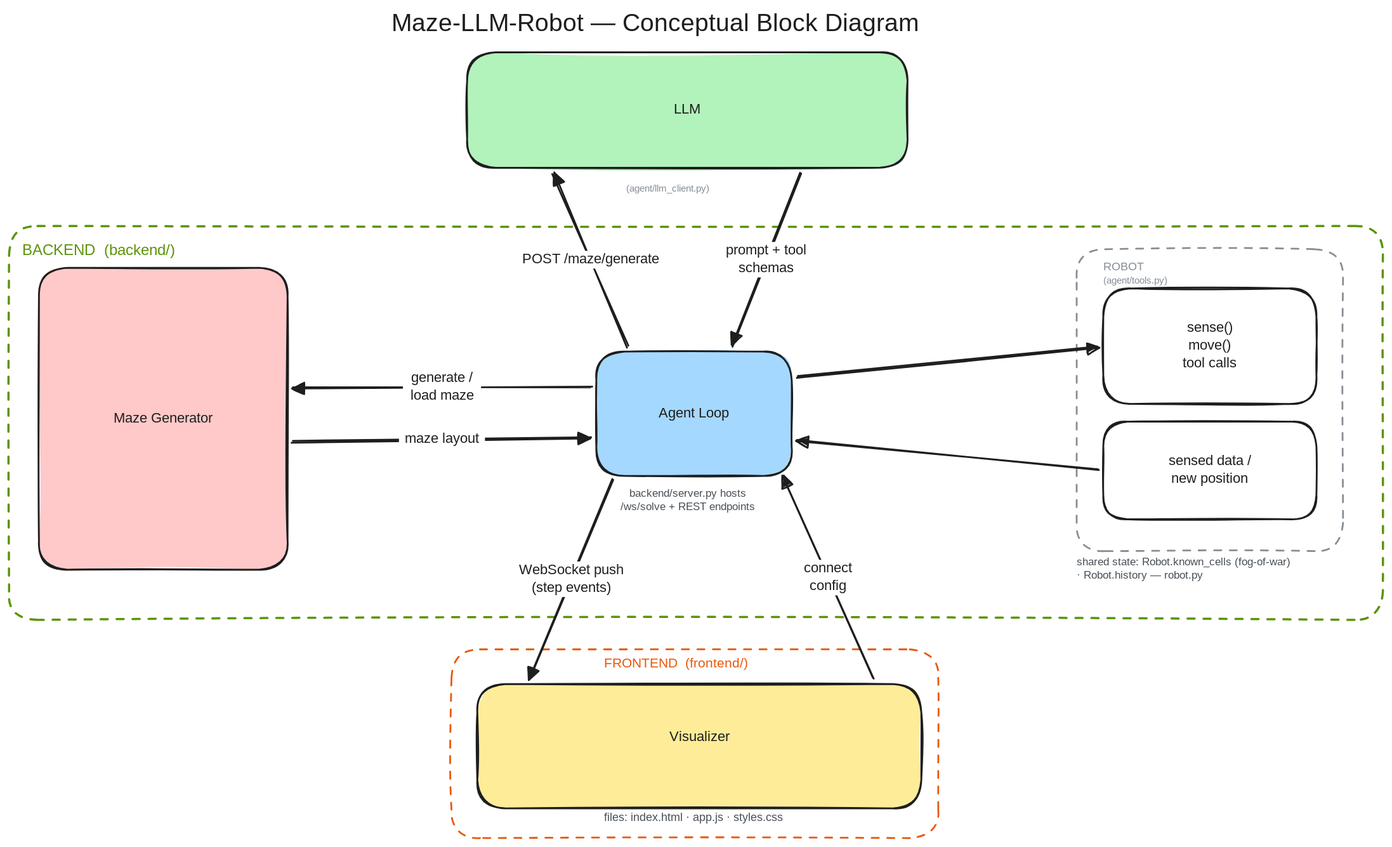
Before: docs/maze-llm-robot-hub-diagram.excalidraw.svg, a diagram exported from Excalidraw (zozaai/MazeLLM). Source tidied: one line per element, renumbered; positions are measured from the earlier drawing's top-left corner, leaving out a move shared by most shapes.
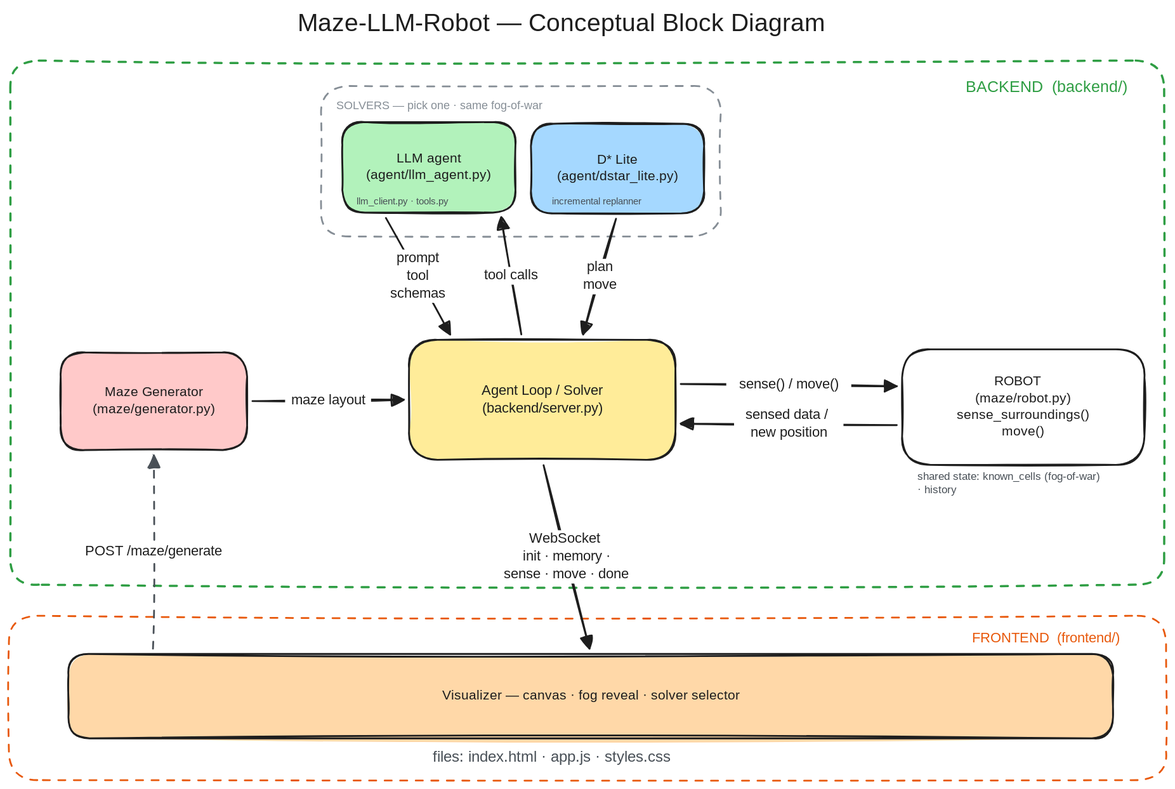
The same file after the commit.

Commit message:
Maze-LMM-Robot diagram refresh for D* Lite solver fog-of-war architecture

Diff of the diagram source:
```diff
@@ -1,38 +1,39 @@
-{"id": 0, "type": "text", "text": "Maze-LLM-Robot — Conceptual Block Diagram", "strokeColor": "#1e1e1e", "strokeWidth": 2, "roughness": 1, "fontSize": 28, "fontFamily": 5, "x": 430, "y": 0, "width": 638, "height": 35}
+{"id": 0, "type": "text", "text": "Maze-LLM-Robot — Conceptual Block Diagram", "strokeColor": "#1e1e1e", "strokeWidth": 2, "roughness": 1, "fontSize": 28, "fontFamily": 5, "x": 490, "y": 50, "width": 665, "height": 35}
-{"id": 1, "type": "rectangle", "strokeColor": "#5c940d", "strokeWidth": 2, "strokeStyle": "dashed", "roughness": 1, "round": true, "x": 0, "y": 244, "width": 1547, "height": 444}
-{"id": 2, "type": "rectangle", "strokeColor": "#e8590c", "strokeWidth": 1.5, "strokeStyle": "dashed", "roughness": 1, "round": true, "x": 498, "y": 721, "width": 548, "height": 213}
-{"id": 3, "type": "rectangle", "text": "LLM\n(OpenAI API / local vLLM /\nOllama / HF endpoint)", "strokeColor": "#1e1e1e", "backgroundColor": "#b2f2bb", "fillStyle": "solid", "strokeWidth": 2, "roughness": 1, "fontSize": 18, "fontFamily": 5, "textAlign": "center", "verticalAlign": "middle", "round": true, "x": 516, "y": 49, "width": 496, "height": 130}
-{"id": 4, "type": "text", "text": "LLM", "strokeColor": "#1e1e1e", "strokeWidth": 1, "strokeStyle": "dashed", "roughness": 0, "fontSize": 16, "fontFamily": 8, "textAlign": "center", "verticalAlign": "middle", "inside": 3, "x": 751, "y": 104, "width": 26, "height": 20}
-{"id": 5, "type": "rectangle", "text": "Main Controller\n(Agent Loop —\nllm_agent.py)", "strokeColor": "#1e1e1e", "backgroundColor": "#a5d8ff", "fillStyle": "solid", "strokeWidth": 2, "roughness": 1, "fontSize": 17, "fontFamily": 5, "textAlign": "center", "verticalAlign": "middle", "round": true, "x": 661, "y": 386, "width": 220, "height": 140}
-{"id": 6, "type": "text", "text": "Agent Loop", "strokeColor": "#1e1e1e", "strokeWidth": 1, "strokeStyle": "dashed", "roughness": 0, "fontSize": 16, "fontFamily": 8, "textAlign": "center", "verticalAlign": "middle", "inside": 5, "x": 727, "y": 446, "width": 88, "height": 20}
-{"id": 7, "type": "rectangle", "text": "Maze Generator\n(Grid + Obstacles)\n\ngenerator.py / maze.py", "strokeColor": "#1e1e1e", "backgroundColor": "#ffc9c9", "fillStyle": "solid", "strokeWidth": 2, "roughness": 1, "fontSize": 17, "fontFamily": 5, "textAlign": "center", "verticalAlign": "middle", "round": true, "x": 34, "y": 292, "width": 280, "height": 340}
-{"id": 8, "type": "text", "text": "Maze Generator", "strokeColor": "#1e1e1e", "strokeWidth": 1, "strokeStyle": "dashed", "roughness": 0, "fontSize": 16, "fontFamily": 8, "textAlign": "center", "verticalAlign": "middle", "inside": 7, "x": 112, "y": 452, "width": 123, "height": 20}
-{"id": 9, "type": "rectangle", "strokeColor": "#868e96", "strokeWidth": 1.5, "strokeStyle": "dashed", "roughness": 1, "fontSize": 20, "fontFamily": 5, "textAlign": "center", "verticalAlign": "middle", "round": true, "x": 1202, "y": 271, "width": 300, "height": 340}
-{"id": 10, "type": "text", "text": "ROBOT", "strokeColor": "#868e96", "strokeWidth": 2, "roughness": 1, "fontSize": 13, "fontFamily": 5, "x": 1232, "y": 283, "width": 100, "height": 16}
-{"id": 11, "type": "rectangle", "text": "Robot Sensors\nsense_surroundings()", "strokeColor": "#1e1e1e", "strokeWidth": 2, "roughness": 1, "fontSize": 15, "fontFamily": 5, "textAlign": "center", "verticalAlign": "middle", "round": true, "x": 1232, "y": 315, "width": 240, "height": 130}
-{"id": 12, "type": "text", "text": "sense()\nmove()\ntool calls", "strokeColor": "#1e1e1e", "strokeWidth": 1, "strokeStyle": "dashed", "roughness": 0, "fontSize": 16, "fontFamily": 8, "textAlign": "center", "verticalAlign": "middle", "inside": 11, "x": 1308, "y": 350, "width": 88, "height": 60}
-{"id": 13, "type": "rectangle", "text": "Robot Move\nmove(direction, distance)", "strokeColor": "#1e1e1e", "strokeWidth": 2, "roughness": 1, "fontSize": 15, "fontFamily": 5, "textAlign": "center", "verticalAlign": "middle", "round": true, "x": 1232, "y": 465, "width": 240, "height": 110}
+{"id": 38, "type": "rectangle", "strokeColor": "#2f9e44", "strokeWidth": 2, "strokeStyle": "dashed", "roughness": 1, "round": true, "x": 166, "y": 108, "width": 1299, "height": 590}
+{"id": 34, "type": "text", "text": "BACKEND  (backend/)", "strokeColor": "#2f9e44", "strokeWidth": 2, "roughness": 1, "fontSize": 18, "fontFamily": 5, "x": 1242, "y": 128, "width": 198, "height": 22}
+{"id": 39, "type": "rectangle", "strokeColor": "#868e96", "strokeWidth": 1.5, "strokeStyle": "dashed", "roughness": 1, "round": true, "x": 516, "y": 137, "width": 450, "height": 169}
+{"id": 40, "type": "text", "text": "SOLVERS — pick one · same fog-of-war", "strokeColor": "#868e96", "strokeWidth": 2, "roughness": 1, "fontSize": 13, "fontFamily": 5, "x": 534, "y": 151, "width": 271, "height": 16}
+{"id": 41, "type": "rectangle", "strokeColor": "#e8590c", "strokeWidth": 1.5, "strokeStyle": "dashed", "roughness": 1, "round": true, "x": 165, "y": 733, "width": 1303, "height": 185}
+{"id": 35, "type": "text", "text": "FRONTEND  (frontend/)", "strokeColor": "#e8590c", "strokeWidth": 2, "roughness": 1, "fontSize": 16, "fontFamily": 5, "x": 1249, "y": 749, "width": 194, "height": 20}
+{"id": 42, "type": "rectangle", "strokeColor": "#1e1e1e", "backgroundColor": "#b2f2bb", "fillStyle": "solid", "strokeWidth": 2, "roughness": 1, "round": true, "x": 540, "y": 177, "width": 195, "height": 102}
+{"id": 43, "type": "text", "text": "LLM agent\n(agent/llm_agent.py)", "strokeColor": "#1e1e1e", "strokeWidth": 2, "roughness": 1, "fontSize": 15, "fontFamily": 5, "textAlign": "center", "verticalAlign": "middle", "inside": 42, "x": 562, "y": 209, "width": 150, "height": 38}
+{"id": 44, "type": "text", "text": "llm_client.py · tools.py", "strokeColor": "#495057", "strokeWidth": 2, "roughness": 1, "fontSize": 11, "fontFamily": 5, "x": 556, "y": 260, "width": 153, "height": 13}
+{"id": 45, "type": "rectangle", "strokeColor": "#1e1e1e", "backgroundColor": "#a5d8ff", "fillStyle": "solid", "strokeWidth": 2, "roughness": 1, "round": true, "x": 752, "y": 179, "width": 195, "height": 101}
+{"id": 46, "type": "text", "text": "D* Lite\n(agent/dstar_lite.py)", "strokeColor": "#1e1e1e", "strokeWidth": 2, "roughness": 1, "fontSize": 15, "fontFamily": 5, "textAlign": "center", "verticalAlign": "middle", "inside": 45, "x": 772, "y": 211, "width": 155, "height": 38}
+{"id": 47, "type": "text", "text": "incremental replanner", "strokeColor": "#495057", "strokeWidth": 2, "roughness": 1, "fontSize": 11, "fontFamily": 5, "x": 776, "y": 260, "width": 133, "height": 13}
+{"id": 48, "type": "rectangle", "strokeColor": "#1e1e1e", "backgroundColor": "#ffec99", "fillStyle": "solid", "strokeWidth": 2, "roughness": 1, "round": true, "x": 615, "y": 422, "width": 300, "height": 135}
+{"id": 49, "type": "text", "text": "Agent Loop / Solver\n(backend/server.py)", "strokeColor": "#1e1e1e", "strokeWidth": 2, "roughness": 1, "fontSize": 16, "fontFamily": 5, "textAlign": "center", "verticalAlign": "middle", "inside": 48, "x": 687, "y": 470, "width": 157, "height": 40}
+{"id": 50, "type": "rectangle", "strokeColor": "#1e1e1e", "backgroundColor": "#ffc9c9", "fillStyle": "solid", "strokeWidth": 2, "roughness": 1, "round": true, "x": 223, "y": 436, "width": 210, "height": 110}
+{"id": 51, "type": "text", "text": "Maze Generator\n(maze/generator.py)", "strokeColor": "#1e1e1e", "strokeWidth": 2, "roughness": 1, "fontSize": 15, "fontFamily": 5, "textAlign": "center", "verticalAlign": "middle", "inside": 50, "x": 255, "y": 473, "width": 145, "height": 38}
+{"id": 52, "type": "rectangle", "strokeColor": "#1e1e1e", "strokeWidth": 2, "roughness": 1, "round": true, "x": 1170, "y": 433, "width": 273, "height": 130}
+{"id": 53, "type": "text", "text": "ROBOT   \n(maze/robot.py)\nsense_surroundings()\nmove()", "strokeColor": "#1e1e1e", "strokeWidth": 2, "roughness": 1, "fontSize": 15, "fontFamily": 5, "textAlign": "center", "verticalAlign": "middle", "inside": 52, "x": 1230, "y": 461, "width": 154, "height": 75}
+{"id": 54, "type": "text", "text": "shared state: known_cells (fog-of-war)\n· history", "strokeColor": "#495057", "strokeWidth": 2, "roughness": 1, "fontSize": 12, "fontFamily": 5, "x": 1188, "y": 569, "width": 251, "height": 30}
+{"id": 55, "type": "rectangle", "strokeColor": "#1e1e1e", "backgroundColor": "#ffd8a8", "fillStyle": "solid", "strokeWidth": 2, "roughness": 1, "round": true, "x": 232, "y": 776, "width": 1176, "height": 95}
+{"id": 56, "type": "text", "text": "Visualizer — canvas · fog reveal · solver selector", "strokeColor": "#1e1e1e", "strokeWidth": 2, "roughness": 1, "fontSize": 15, "fontFamily": 5, "textAlign": "center", "verticalAlign": "middle", "inside": 55, "x": 644, "y": 814, "width": 352, "height": 19}
+{"id": 31, "type": "text", "text": "files: index.html · app.js · styles.css", "strokeColor": "#495057", "strokeWidth": 2, "roughness": 1, "fontSize": 17.42, "fontFamily": 5, "x": 642, "y": 882, "width": 393, "height": 22}
+{"id": 57, "type": "arrow", "strokeColor": "#1e1e1e", "strokeWidth": 2, "roughness": 1, "endArrowhead": "triangle", "from": 42, "to": 48, "x": 589, "y": 285, "width": 72, "height": 131, "points": [[0, 0], [72, 131]]}
+{"id": 58, "type": "text", "text": "prompt\ntool\nschemas", "strokeColor": "#1e1e1e", "strokeWidth": 2, "roughness": 1, "fontSize": 16, "fontFamily": 8, "textAlign": "center", "verticalAlign": "middle", "inside": 57, "x": 596, "y": 321, "width": 62, "height": 60}
+{"id": 59, "type": "arrow", "strokeColor": "#1e1e1e", "strokeWidth": 2, "roughness": 1, "endArrowhead": "triangle", "from": 48, "to": 42, "x": 742, "y": 416, "width": 23, "height": 132, "points": [[0, 0], [-23, -132]]}
+{"id": 60, "type": "text", "text": "tool calls", "strokeColor": "#1e1e1e", "strokeWidth": 2, "roughness": 1, "fontSize": 16, "fontFamily": 8, "textAlign": "center", "verticalAlign": "middle", "inside": 59, "x": 675, "y": 341, "width": 88, "height": 20}
+{"id": 61, "type": "arrow", "strokeColor": "#1e1e1e", "strokeWidth": 2, "roughness": 1, "endArrowhead": "triangle", "from": 45, "to": 48, "x": 848, "y": 286, "width": 37, "height": 130, "points": [[0, 0], [-37, 130]]}
+{"id": 62, "type": "text", "text": "plan\nmove", "strokeColor": "#1e1e1e", "strokeWidth": 2, "roughness": 1, "fontSize": 16, "fontFamily": 8, "textAlign": "center", "verticalAlign": "middle", "inside": 61, "x": 811, "y": 331, "width": 35, "height": 40}
+{"id": 63, "type": "arrow", "strokeColor": "#1e1e1e", "strokeWidth": 2, "roughness": 1, "endArrowhead": "triangle", "from": 50, "to": 48, "x": 439, "y": 491, "width": 170, "height": 1, "points": [[0, 0], [170, -1]]}
+{"id": 24, "type": "text", "text": "maze layout", "strokeColor": "#1e1e1e", "strokeWidth": 2, "roughness": 1, "fontSize": 16, "fontFamily": 8, "textAlign": "center", "verticalAlign": "middle", "inside": 63, "x": 477, "y": 423, "width": 97, "height": 20}
+{"id": 64, "type": "arrow", "strokeColor": "#1e1e1e", "strokeWidth": 2, "roughness": 1, "endArrowhead": "triangle", "from": 48, "to": 52, "x": 921, "y": 472, "width": 243, "height": 2, "points": [[0, 0], [243, 2]]}
+{"id": 65, "type": "text", "text": "sense() / move()", "strokeColor": "#1e1e1e", "strokeWidth": 2, "roughness": 1, "fontSize": 16, "fontFamily": 8, "textAlign": "center", "verticalAlign": "middle", "inside": 64, "x": 1028, "y": 407, "width": 141, "height": 20}
+{"id": 66, "type": "arrow", "strokeColor": "#1e1e1e", "strokeWidth": 2, "roughness": 1, "endArrowhead": "triangle", "from": 52, "to": 48, "x": 1164, "y": 518, "width": 243, "height": 2, "points": [[0, 0], [-243, -2]]}
-{"id": 14, "type": "text", "text": "sensed data /\nnew position", "strokeColor": "#1e1e1e", "strokeWidth": 1, "strokeStyle": "dashed", "roughness": 0, "fontSize": 16, "fontFamily": 8, "textAlign": "center", "verticalAlign": "middle", "inside": 13, "x": 1295, "y": 500, "width": 114, "height": 40}
+{"id": 14, "type": "text", "text": "sensed data / \nnew position", "strokeColor": "#1e1e1e", "strokeWidth": 2, "roughness": 1, "fontSize": 16, "fontFamily": 8, "textAlign": "center", "verticalAlign": "middle", "inside": 66, "x": 1001, "y": 439, "width": 123, "height": 40}
-{"id": 15, "type": "rectangle", "text": "Visualizer\n(Frontend — canvas UI,\nWebSocket live updates)", "strokeColor": "#1e1e1e", "backgroundColor": "#ffec99", "fillStyle": "solid", "strokeWidth": 2, "roughness": 1, "fontSize": 18, "fontFamily": 5, "textAlign": "center", "verticalAlign": "middle", "round": true, "x": 527, "y": 760, "width": 500, "height": 140}
-{"id": 16, "type": "text", "text": "Visualizer\n", "strokeColor": "#1e1e1e", "strokeWidth": 1, "strokeStyle": "dashed", "roughness": 0, "fontSize": 16, "fontFamily": 8, "textAlign": "center", "verticalAlign": "middle", "inside": 15, "x": 733, "y": 810, "width": 88, "height": 40}
-{"id": 17, "type": "arrow", "strokeColor": "#1e1e1e", "strokeWidth": 2, "roughness": 1, "endArrowhead": "triangle", "round": true, "from": 5, "to": 3, "x": 698, "y": 380, "width": 85, "height": 195, "points": [[0, 0], [-85, -195]]}
+{"id": 67, "type": "arrow", "strokeColor": "#1e1e1e", "strokeWidth": 2, "roughness": 1, "endArrowhead": "triangle", "from": 48, "to": 55, "x": 767, "y": 563, "width": 52, "height": 207, "points": [[0, 0], [52, 207]]}
+{"id": 68, "type": "text", "text": "WebSocket \ninit · memory ·\nsense · move · done", "strokeColor": "#1e1e1e", "strokeWidth": 2, "roughness": 1, "fontSize": 16, "fontFamily": 8, "textAlign": "center", "verticalAlign": "middle", "inside": 67, "x": 708, "y": 637, "width": 169, "height": 60}
+{"id": 69, "type": "arrow", "strokeColor": "#495057", "strokeWidth": 1.5, "strokeStyle": "dashed", "roughness": 1, "endArrowhead": "triangle", "from": 55, "to": 50, "x": 327, "y": 770, "width": 1, "height": 218, "points": [[0, 0], [1, -218]]}
-{"id": 18, "type": "text", "text": "POST /maze/generate", "strokeColor": "#1e1e1e", "strokeWidth": 1, "strokeStyle": "dashed", "roughness": 0, "fontSize": 16, "fontFamily": 8, "textAlign": "center", "verticalAlign": "middle", "inside": 17, "x": 594, "y": 298, "width": 167, "height": 20}
+{"id": 18, "type": "text", "text": "POST /maze/generate", "strokeColor": "#1e1e1e", "strokeWidth": 2, "roughness": 1, "fontSize": 16, "fontFamily": 8, "textAlign": "center", "verticalAlign": "middle", "inside": 69, "x": 240, "y": 622, "width": 167, "height": 20}
-{"id": 19, "type": "arrow", "strokeColor": "#1e1e1e", "strokeWidth": 2, "roughness": 1, "endArrowhead": "triangle", "round": true, "from": 3, "to": 5, "x": 892, "y": 185, "width": 78, "height": 195, "points": [[0, 0], [-78, 195]]}
-{"id": 20, "type": "text", "text": "prompt + tool\nschemas", "strokeColor": "#1e1e1e", "strokeWidth": 1, "strokeStyle": "dashed", "roughness": 0, "fontSize": 16, "fontFamily": 8, "textAlign": "center", "verticalAlign": "middle", "inside": 19, "x": 755, "y": 225, "width": 114, "height": 40}
-{"id": 21, "type": "arrow", "strokeColor": "#1e1e1e", "strokeWidth": 2, "roughness": 1, "endArrowhead": "triangle", "round": true, "from": 5, "to": 7, "x": 655, "y": 426, "width": 336, "height": 0, "points": [[0, 0], [-336, 0]]}
-{"id": 22, "type": "text", "text": "generate /\nload maze", "strokeColor": "#1e1e1e", "strokeWidth": 1, "strokeStyle": "dashed", "roughness": 0, "fontSize": 16, "fontFamily": 8, "textAlign": "center", "verticalAlign": "middle", "inside": 21, "x": 420, "y": 410, "width": 88, "height": 40}
-{"id": 23, "type": "arrow", "strokeColor": "#1e1e1e", "strokeWidth": 2, "roughness": 1, "endArrowhead": "triangle", "round": true, "from": 7, "to": 5, "x": 320, "y": 487, "width": 336, "height": 5, "points": [[0, 0], [336, -5]]}
-{"id": 24, "type": "text", "text": "maze layout", "strokeColor": "#1e1e1e", "strokeWidth": 1, "strokeStyle": "dashed", "roughness": 0, "fontSize": 16, "fontFamily": 8, "textAlign": "center", "verticalAlign": "middle", "inside": 23, "x": 416, "y": 479, "width": 97, "height": 20}
-{"id": 25, "type": "arrow", "strokeColor": "#1e1e1e", "strokeWidth": 2, "roughness": 1, "endArrowhead": "triangle", "round": true, "from": 5, "to": 11, "x": 887, "y": 415, "width": 339, "height": 34, "points": [[0, 0], [339, -34]]}
-{"id": 26, "type": "arrow", "strokeColor": "#1e1e1e", "strokeWidth": 2, "roughness": 1, "endArrowhead": "triangle", "round": true, "from": 13, "to": 5, "x": 1226, "y": 519, "width": 339, "height": 33, "points": [[0, 0], [-339, -33]]}
-{"id": 27, "type": "arrow", "strokeColor": "#1e1e1e", "strokeWidth": 2, "roughness": 1, "endArrowhead": "triangle", "round": true, "from": 5, "to": 15, "x": 680, "y": 530, "width": 93, "height": 224, "points": [[0, 0], [-93, 224]]}
-{"id": 28, "type": "text", "text": "WebSocket push\n(step events)", "strokeColor": "#1e1e1e", "strokeWidth": 1, "strokeStyle": "dashed", "roughness": 0, "fontSize": 16, "fontFamily": 8, "textAlign": "center", "verticalAlign": "middle", "inside": 27, "x": 688, "y": 524, "width": 123, "height": 40}
-{"id": 29, "type": "arrow", "strokeColor": "#1e1e1e", "strokeWidth": 2, "roughness": 1, "endArrowhead": "triangle", "round": true, "from": 15, "to": 5, "x": 973, "y": 754, "width": 101, "height": 228, "points": [[0, 0], [-101, -228]]}
-{"id": 30, "type": "text", "text": "connect\nconfig", "strokeColor": "#1e1e1e", "strokeWidth": 1, "strokeStyle": "dashed", "roughness": 0, "fontSize": 16, "fontFamily": 8, "textAlign": "center", "verticalAlign": "middle", "inside": 29, "x": 849, "y": 628, "width": 62, "height": 40}
-{"id": 31, "type": "text", "text": "files: index.html · app.js · styles.css", "strokeColor": "#495057", "strokeWidth": 1.5, "roughness": 1, "fontSize": 13, "fontFamily": 5, "textAlign": "center", "x": 521, "y": 903, "width": 500, "height": 20}
-{"id": 32, "type": "text", "text": "shared state: Robot.known_cells (fog-of-war)\n· Robot.history — robot.py", "strokeColor": "#495057", "strokeWidth": 1.5, "roughness": 1, "fontSize": 12, "fontFamily": 5, "x": 1202, "y": 616, "width": 269, "height": 30}
-{"id": 33, "type": "text", "text": "backend/server.py hosts\n/ws/solve + REST endpoints", "strokeColor": "#495057", "strokeWidth": 1.5, "roughness": 1, "fontSize": 12, "fontFamily": 5, "textAlign": "center", "x": 654, "y": 539, "width": 220, "height": 34}
-{"id": 34, "type": "text", "text": "BACKEND  (backend/)", "strokeColor": "#5c940d", "strokeWidth": 1.5, "roughness": 1, "fontSize": 17, "fontFamily": 5, "x": 15, "y": 262, "width": 260, "height": 22}
-{"id": 35, "type": "text", "text": "FRONTEND  (frontend/)", "strokeColor": "#e8590c", "strokeWidth": 1.5, "roughness": 1, "fontSize": 15, "fontFamily": 5, "x": 670, "y": 728, "width": 183, "height": 19}
-{"id": 36, "type": "text", "text": "(agent/llm_client.py)", "strokeColor": "#868e96", "strokeWidth": 1.5, "roughness": 1, "fontSize": 11, "fontFamily": 5, "x": 695, "y": 196, "width": 160, "height": 16}
-{"id": 37, "type": "text", "text": "(agent/tools.py)", "strokeColor": "#868e96", "strokeWidth": 1.5, "roughness": 1, "fontSize": 11, "fontFamily": 5, "x": 1232, "y": 300, "width": 260, "height": 14}
```
